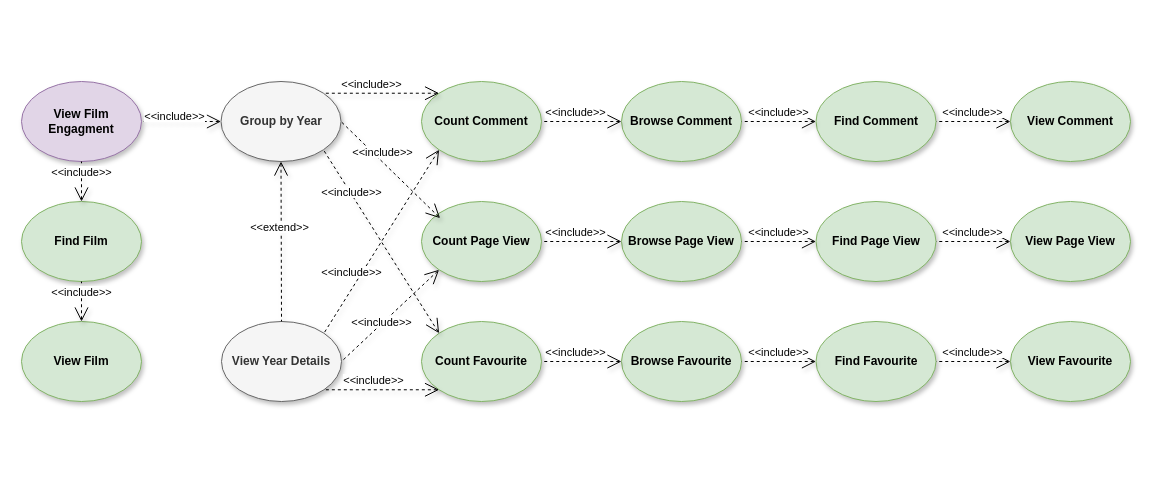
This is Task2/Documentation/Diagrams/Use Case - EngagmentConCount.drawio from unipi-fr/LargeScaleMultiStructureDatabases, a draw.io file, before an edit. Source tidied: cells renumbered, new cells numbered last; positions are measured from the earlier drawing's top-left corner, leaving out a move shared by most shapes. Both pictures are drawn from the tidied source at 100%, with x=0, y=0 at pixel (21, 81).
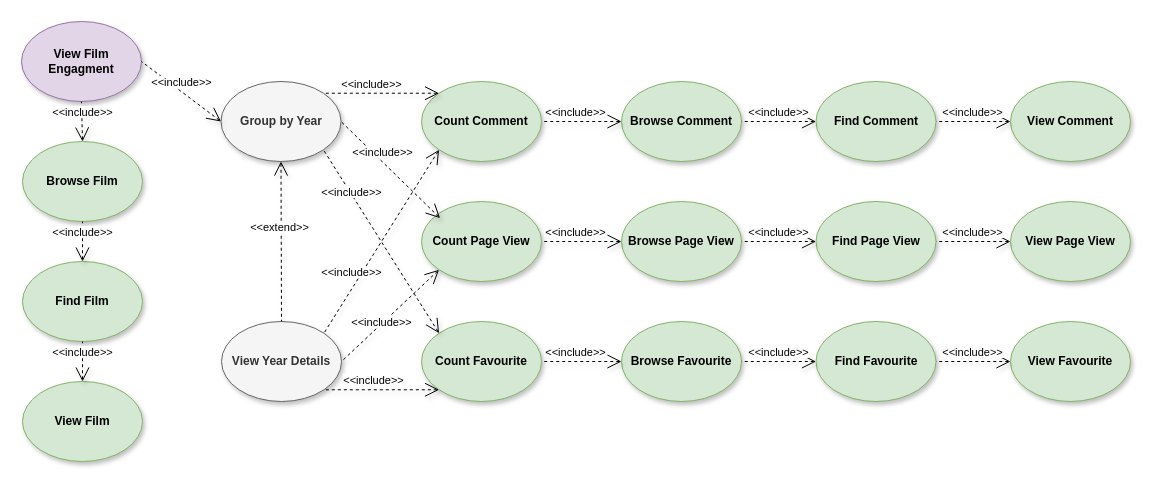
The same diagram, later.

Unchanged cells that the change refers to:
```xml
<mxCell id="5" value="Group by Year" style="ellipse;whiteSpace=wrap;html=1;fontStyle=1;fillColor=#f5f5f5;strokeColor=#666666;shadow=1;fontColor=#333333;" parent="1" vertex="1">
  <mxGeometry x="199.5" width="120" height="80" as="geometry" />
</mxCell>
```

The edit, as a diff of the source:
```diff
@@
     <mxCell id="2" value="View Film Engagment" style="ellipse;whiteSpace=wrap;html=1;fontStyle=1;shadow=1;fillColor=#e1d5e7;strokeColor=#9673a6;" parent="1" vertex="1">
-      <mxGeometry width="120" height="80" as="geometry" />
+      <mxGeometry y="-60" width="120" height="80" as="geometry" />
     </mxCell>
     <mxCell id="3" value="Find Film" style="ellipse;whiteSpace=wrap;html=1;fontStyle=1;fillColor=#d5e8d4;strokeColor=#82b366;shadow=1;" parent="1" vertex="1">
-      <mxGeometry y="120" width="120" height="80" as="geometry" />
+      <mxGeometry x="1" y="180" width="120" height="80" as="geometry" />
     </mxCell>
-    <mxCell id="4" value="&lt;span style=&quot;background-color: rgb(255 , 255 , 255)&quot;&gt;&amp;lt;&amp;lt;include&amp;gt;&amp;gt;&lt;/span&gt;" style="edgeStyle=none;html=1;startArrow=open;endArrow=none;startSize=12;verticalAlign=bottom;dashed=1;labelBackgroundColor=none;entryX=0.5;entryY=1;entryDx=0;entryDy=0;shadow=1;exitX=0.5;exitY=0;exitDx=0;exitDy=0;" parent="1" edge="1" source="3" target="2">
+    <mxCell id="4" value="&lt;span style=&quot;background-color: rgb(255 , 255 , 255)&quot;&gt;&amp;lt;&amp;lt;include&amp;gt;&amp;gt;&lt;/span&gt;" style="edgeStyle=none;html=1;startArrow=open;endArrow=none;startSize=12;verticalAlign=bottom;dashed=1;labelBackgroundColor=none;entryX=0.5;entryY=1;entryDx=0;entryDy=0;shadow=1;exitX=0.5;exitY=0;exitDx=0;exitDy=0;" parent="1" edge="1" source="38" target="2">
       <mxGeometry relative="1" as="geometry" />
     </mxCell>
@@
     <mxCell id="29" value="View Film" style="ellipse;whiteSpace=wrap;html=1;fontStyle=1;fillColor=#d5e8d4;strokeColor=#82b366;shadow=1;" parent="1" vertex="1">
-      <mxGeometry y="240" width="120" height="80" as="geometry" />
+      <mxGeometry x="1" y="300" width="120" height="80" as="geometry" />
     </mxCell>
@@
     <mxCell id="37" value="&lt;span style=&quot;background-color: rgb(255 , 255 , 255)&quot;&gt;&amp;lt;&amp;lt;include&amp;gt;&amp;gt;&lt;/span&gt;" style="edgeStyle=none;html=1;startArrow=open;endArrow=none;startSize=12;verticalAlign=bottom;dashed=1;labelBackgroundColor=none;shadow=1;exitX=0;exitY=0.5;exitDx=0;exitDy=0;entryX=1;entryY=0.5;entryDx=0;entryDy=0;" parent="1" edge="1" source="5" target="2">
-      <mxGeometry x="0.17" y="4" relative="1" as="geometry" />
+      <mxGeometry relative="1" as="geometry" />
     </mxCell>
+    <mxCell id="38" value="Browse Film" style="ellipse;whiteSpace=wrap;html=1;fontStyle=1;fillColor=#d5e8d4;strokeColor=#82b366;shadow=1;" parent="1" vertex="1">
+      <mxGeometry x="1" y="60" width="120" height="80" as="geometry" />
+    </mxCell>
+    <mxCell id="39" value="&lt;span style=&quot;background-color: rgb(255 , 255 , 255)&quot;&gt;&amp;lt;&amp;lt;include&amp;gt;&amp;gt;&lt;/span&gt;" style="edgeStyle=none;html=1;startArrow=open;endArrow=none;startSize=12;verticalAlign=bottom;dashed=1;labelBackgroundColor=none;entryX=0.5;entryY=1;entryDx=0;entryDy=0;shadow=1;exitX=0.5;exitY=0;exitDx=0;exitDy=0;" parent="1" edge="1" source="3" target="38">
+      <mxGeometry relative="1" as="geometry" />
+    </mxCell>
```
